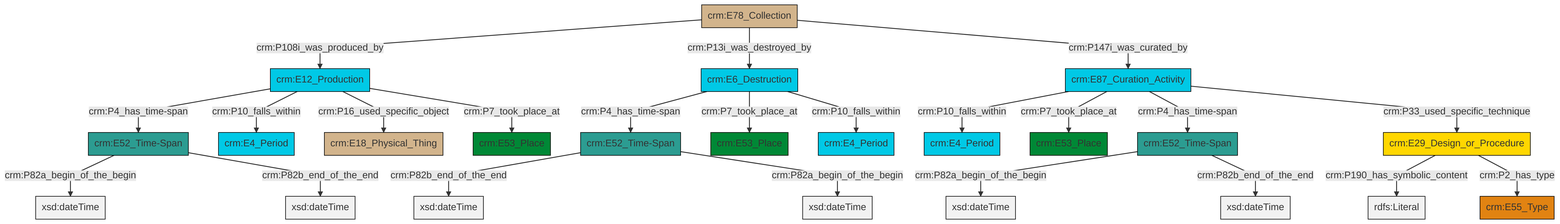
Before: et/archivalCSV/ttl/mmd/png/archival_existence.png, a diagram exported from Mermaid (swiss-art-research-net/docs.swissartresearch). Its source is kept beside it as et/archivalCSV/ttl/mmd/archival_existence.ttl.mmd.
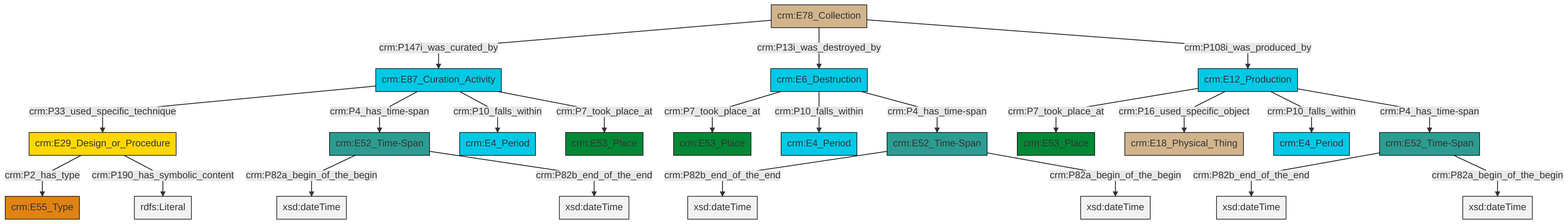
The same file after the commit.

Change to the diagram source:
```diff
@@ -13,25 +13,25 @@
 classDef PC_Classes fill:#4ce600, stroke:#000000;
 classDef Multi fill:#cccccc,stroke:#000000;
 
-2["crm:E12_Production"]:::Temporal_Entity -->|crm:P4_has_time-span| 3["crm:E52_Time-Span"]:::Time-Span
-4["crm:E29_Design_or_Procedure"]:::Conceptual_Object -->|crm:P190_has_symbolic_content| 5[rdfs:Literal]:::Literal
-2["crm:E12_Production"]:::Temporal_Entity -->|crm:P10_falls_within| 9["crm:E4_Period"]:::Temporal_Entity
-10["crm:E78_Collection"]:::Physical_Thing -->|crm:P108i_was_produced_by| 2["crm:E12_Production"]:::Temporal_Entity
-13["crm:E52_Time-Span"]:::Time-Span -->|crm:P82b_end_of_the_end| 14[xsd:dateTime]:::Literal
-4["crm:E29_Design_or_Procedure"]:::Conceptual_Object -->|crm:P2_has_type| 15["crm:E55_Type"]:::Type
-13["crm:E52_Time-Span"]:::Time-Span -->|crm:P82a_begin_of_the_begin| 16[xsd:dateTime]:::Literal
-3["crm:E52_Time-Span"]:::Time-Span -->|crm:P82a_begin_of_the_begin| 17[xsd:dateTime]:::Literal
-10["crm:E78_Collection"]:::Physical_Thing -->|crm:P13i_was_destroyed_by| 0["crm:E6_Destruction"]:::Temporal_Entity
-19["crm:E52_Time-Span"]:::Time-Span -->|crm:P82a_begin_of_the_begin| 21[xsd:dateTime]:::Literal
-22["crm:E87_Curation_Activity"]:::Temporal_Entity -->|crm:P10_falls_within| 23["crm:E4_Period"]:::Temporal_Entity
-0["crm:E6_Destruction"]:::Temporal_Entity -->|crm:P4_has_time-span| 13["crm:E52_Time-Span"]:::Time-Span
-0["crm:E6_Destruction"]:::Temporal_Entity -->|crm:P7_took_place_at| 24["crm:E53_Place"]:::Place
-0["crm:E6_Destruction"]:::Temporal_Entity -->|crm:P10_falls_within| 27["crm:E4_Period"]:::Temporal_Entity
-2["crm:E12_Production"]:::Temporal_Entity -->|crm:P16_used_specific_object| 11["crm:E18_Physical_Thing"]:::Physical_Thing
-22["crm:E87_Curation_Activity"]:::Temporal_Entity -->|crm:P7_took_place_at| 32["crm:E53_Place"]:::Place
-22["crm:E87_Curation_Activity"]:::Temporal_Entity -->|crm:P4_has_time-span| 19["crm:E52_Time-Span"]:::Time-Span
-22["crm:E87_Curation_Activity"]:::Temporal_Entity -->|crm:P33_used_specific_technique| 4["crm:E29_Design_or_Procedure"]:::Conceptual_Object
-19["crm:E52_Time-Span"]:::Time-Span -->|crm:P82b_end_of_the_end| 33[xsd:dateTime]:::Literal
-3["crm:E52_Time-Span"]:::Time-Span -->|crm:P82b_end_of_the_end| 34[xsd:dateTime]:::Literal
-2["crm:E12_Production"]:::Temporal_Entity -->|crm:P7_took_place_at| 7["crm:E53_Place"]:::Place
-10["crm:E78_Collection"]:::Physical_Thing -->|crm:P147i_was_curated_by| 22["crm:E87_Curation_Activity"]:::Temporal_Entity
+0["crm:E52_Time-Span"]:::Time-Span -->|crm:P82b_end_of_the_end| 1[xsd:dateTime]:::Literal
+4["crm:E6_Destruction"]:::Temporal_Entity -->|crm:P7_took_place_at| 5["crm:E53_Place"]:::Place
+10["crm:E78_Collection"]:::Physical_Thing -->|crm:P147i_was_curated_by| 11["crm:E87_Curation_Activity"]:::Temporal_Entity
+10["crm:E78_Collection"]:::Physical_Thing -->|crm:P13i_was_destroyed_by| 4["crm:E6_Destruction"]:::Temporal_Entity
+6["crm:E29_Design_or_Procedure"]:::Conceptual_Object -->|crm:P2_has_type| 14["crm:E55_Type"]:::Type
+15["crm:E52_Time-Span"]:::Time-Span -->|crm:P82b_end_of_the_end| 16[xsd:dateTime]:::Literal
+17["crm:E12_Production"]:::Temporal_Entity -->|crm:P7_took_place_at| 18["crm:E53_Place"]:::Place
+17["crm:E12_Production"]:::Temporal_Entity -->|crm:P16_used_specific_object| 8["crm:E18_Physical_Thing"]:::Physical_Thing
+15["crm:E52_Time-Span"]:::Time-Span -->|crm:P82a_begin_of_the_begin| 22[xsd:dateTime]:::Literal
+6["crm:E29_Design_or_Procedure"]:::Conceptual_Object -->|crm:P190_has_symbolic_content| 23[rdfs:Literal]:::Literal
+11["crm:E87_Curation_Activity"]:::Temporal_Entity -->|crm:P33_used_specific_technique| 6["crm:E29_Design_or_Procedure"]:::Conceptual_Object
+27["crm:E52_Time-Span"]:::Time-Span -->|crm:P82a_begin_of_the_begin| 28[xsd:dateTime]:::Literal
+27["crm:E52_Time-Span"]:::Time-Span -->|crm:P82b_end_of_the_end| 29[xsd:dateTime]:::Literal
+10["crm:E78_Collection"]:::Physical_Thing -->|crm:P108i_was_produced_by| 17["crm:E12_Production"]:::Temporal_Entity
+11["crm:E87_Curation_Activity"]:::Temporal_Entity -->|crm:P4_has_time-span| 27["crm:E52_Time-Span"]:::Time-Span
+17["crm:E12_Production"]:::Temporal_Entity -->|crm:P10_falls_within| 2["crm:E4_Period"]:::Temporal_Entity
+11["crm:E87_Curation_Activity"]:::Temporal_Entity -->|crm:P10_falls_within| 32["crm:E4_Period"]:::Temporal_Entity
+11["crm:E87_Curation_Activity"]:::Temporal_Entity -->|crm:P7_took_place_at| 20["crm:E53_Place"]:::Place
+17["crm:E12_Production"]:::Temporal_Entity -->|crm:P4_has_time-span| 15["crm:E52_Time-Span"]:::Time-Span
+4["crm:E6_Destruction"]:::Temporal_Entity -->|crm:P10_falls_within| 30["crm:E4_Period"]:::Temporal_Entity
+4["crm:E6_Destruction"]:::Temporal_Entity -->|crm:P4_has_time-span| 0["crm:E52_Time-Span"]:::Time-Span
+0["crm:E52_Time-Span"]:::Time-Span -->|crm:P82a_begin_of_the_begin| 38[xsd:dateTime]:::Literal
```
